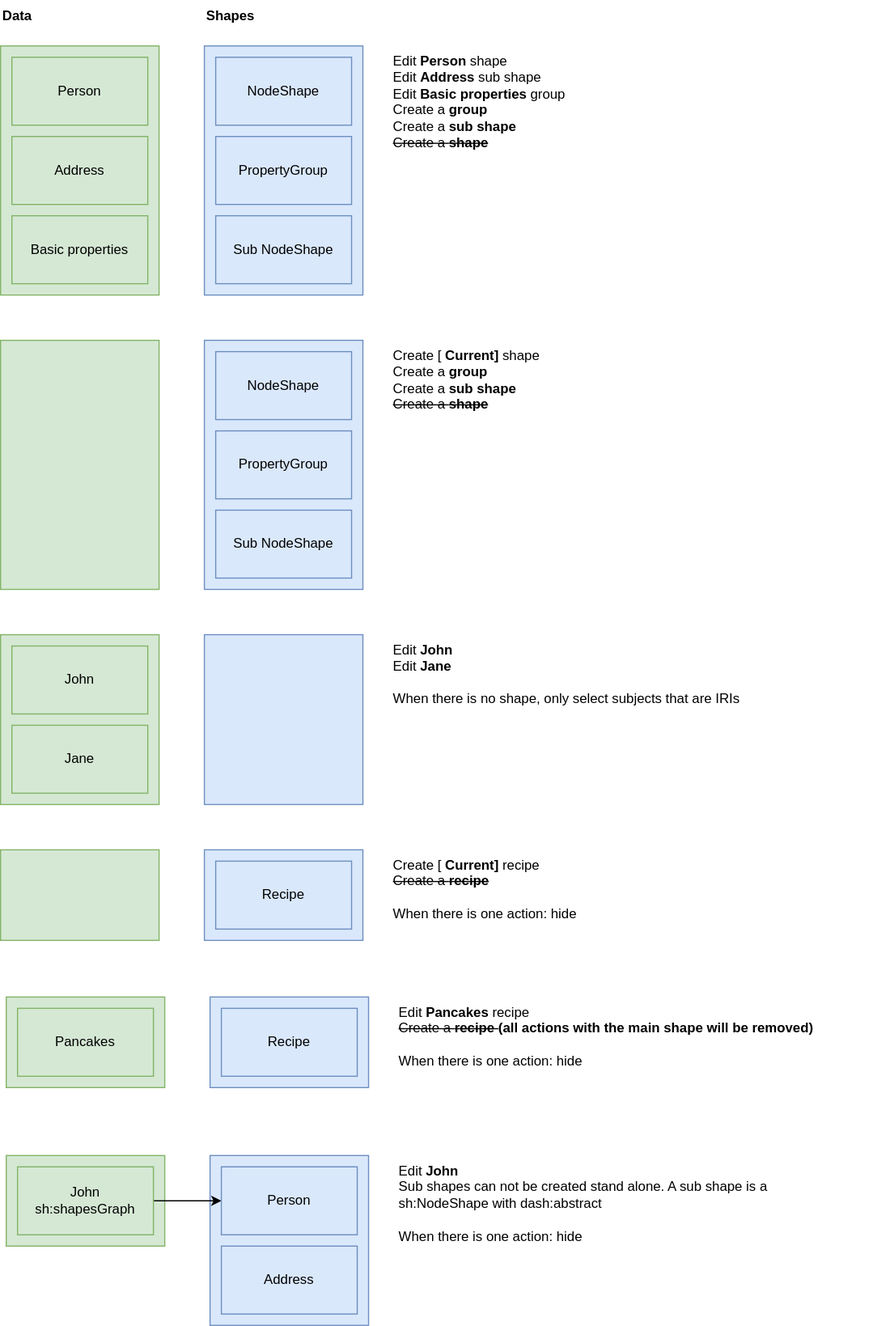
The draw.io diagram lib/components/ActionPicker.drawio.svg in ShapeThing/SHACL-renderer, before a commit. Source tidied: cells renumbered, new cells last; positions are measured from the earlier drawing's top-left corner, leaving out a move shared by most shapes.
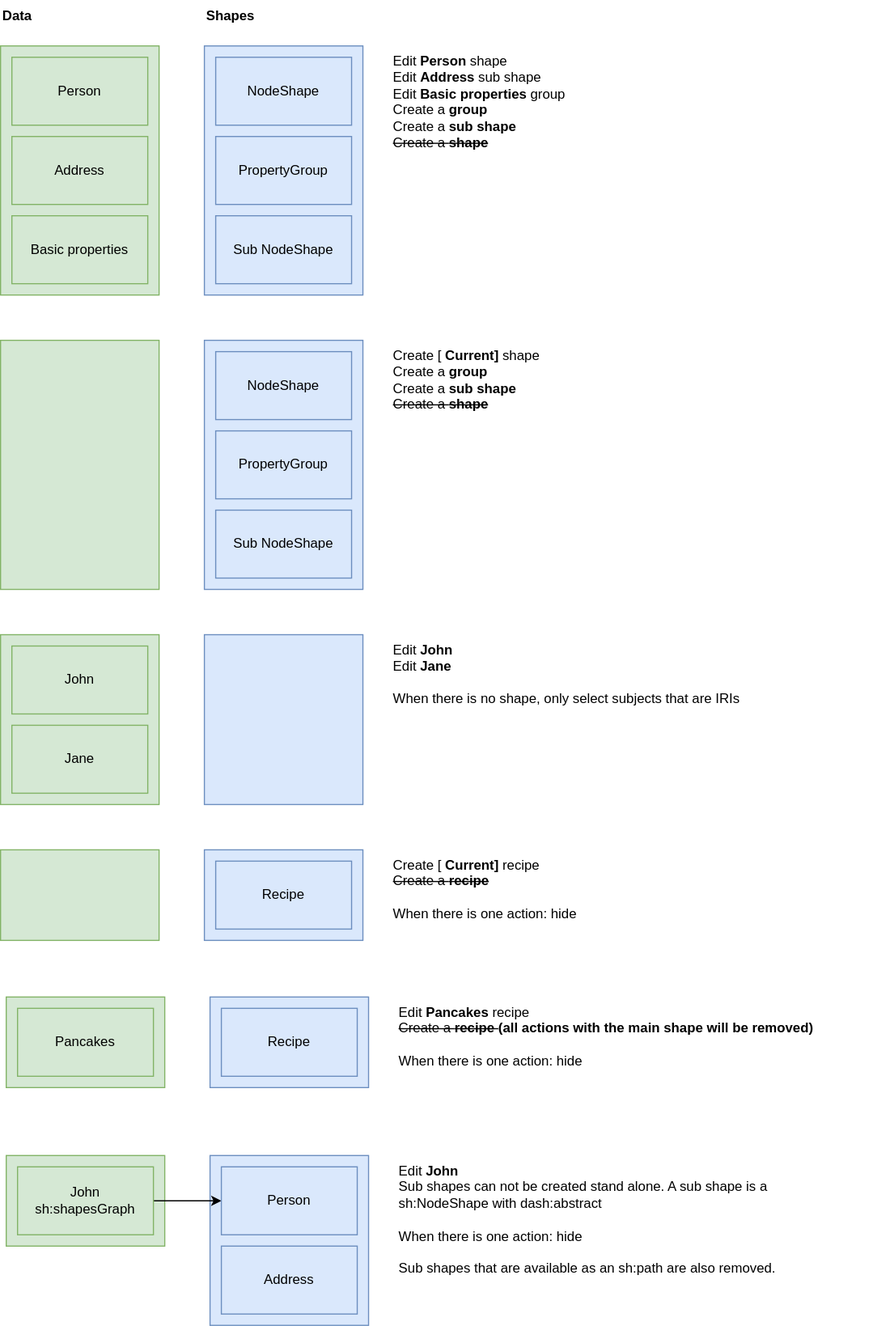
After the commit.

What changed in the source:
```diff
@@ -89,7 +89,7 @@
     <mxCell id="30" style="rounded=0;whiteSpace=wrap;html=1;fillColor=#d5e8d4;strokeColor=#82b366;" parent="1" vertex="1">
       <mxGeometry x="5" y="1020" width="140" height="80" as="geometry" />
     </mxCell>
-    <mxCell id="31" value="Edit&lt;b&gt; John&lt;/b&gt;&lt;br&gt;Sub shapes can not be created stand alone. A sub shape is a sh:NodeShape with dash:abstract&lt;br&gt;&lt;br&gt;&lt;span style=&quot;border-color: var(--border-color);&quot;&gt;When there is one action: hide&lt;/span&gt;" style="text;html=1;strokeColor=none;fillColor=none;align=left;verticalAlign=top;whiteSpace=wrap;rounded=0;" parent="1" vertex="1">
+    <mxCell id="31" value="Edit&lt;b&gt; John&lt;/b&gt;&lt;br&gt;Sub shapes can not be created stand alone. A sub shape is a sh:NodeShape with dash:abstract&lt;br&gt;&lt;br&gt;&lt;span style=&quot;border-color: var(--border-color);&quot;&gt;When there is one action: hide&lt;br&gt;&lt;br&gt;Sub shapes that are available as an sh:path are also removed.&lt;br&gt;&lt;/span&gt;" style="text;html=1;strokeColor=none;fillColor=none;align=left;verticalAlign=top;whiteSpace=wrap;rounded=0;" parent="1" vertex="1">
       <mxGeometry x="350" y="1020" width="345" height="120" as="geometry" />
     </mxCell>
     <mxCell id="32" style="edgeStyle=none;html=1;exitX=1;exitY=0.5;exitDx=0;exitDy=0;entryX=0;entryY=0.5;entryDx=0;entryDy=0;" parent="1" edge="1" source="33" target="38">
```
